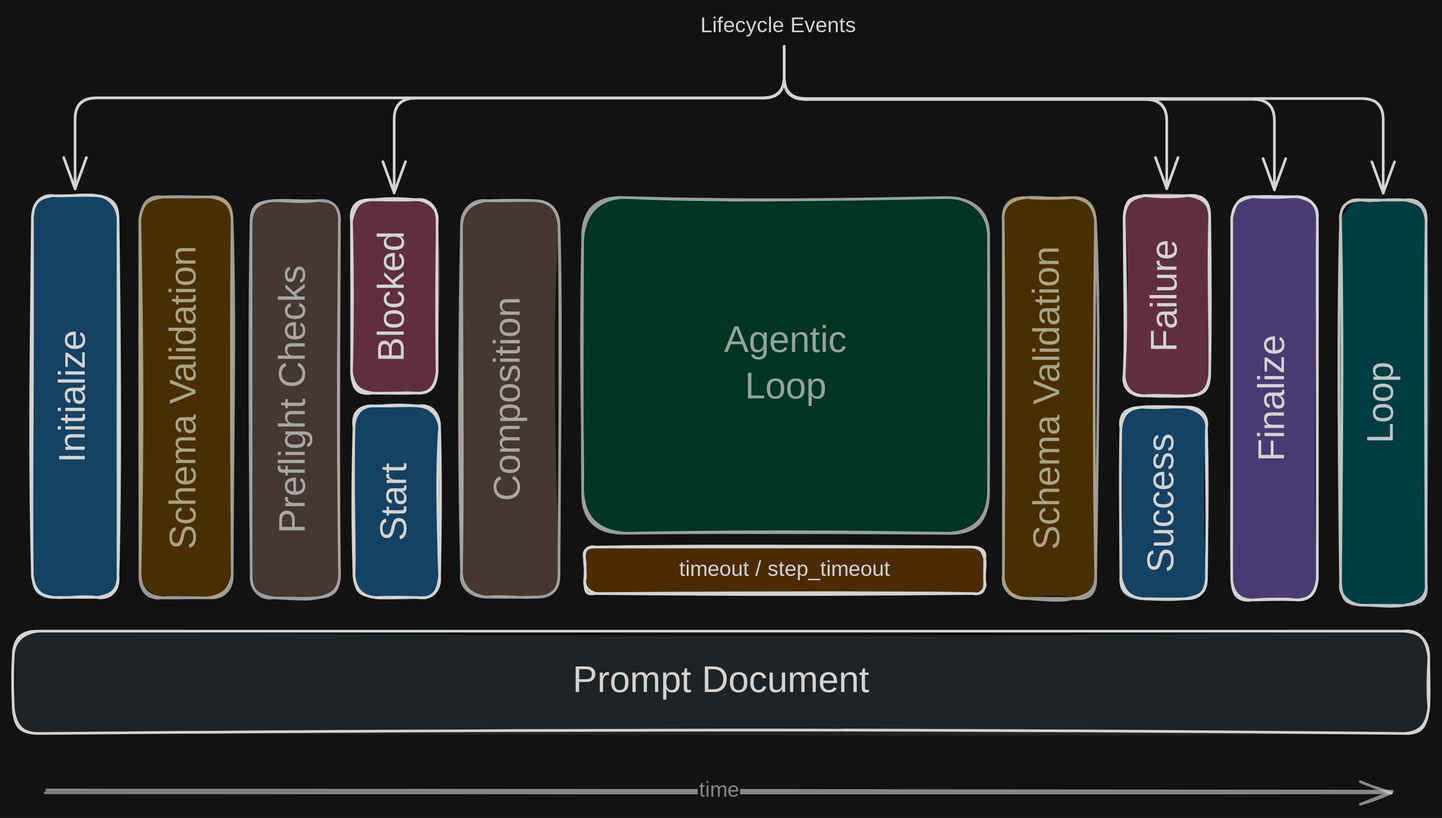
The Excalidraw diagram claudine/docs/getting-started/lifecycle.excalidraw.svg in yankeeinlondon/rusty-biscuit, before a commit. Source tidied: one line per element, renumbered; positions are measured from the earlier drawing's top-left corner, leaving out a move shared by most shapes.
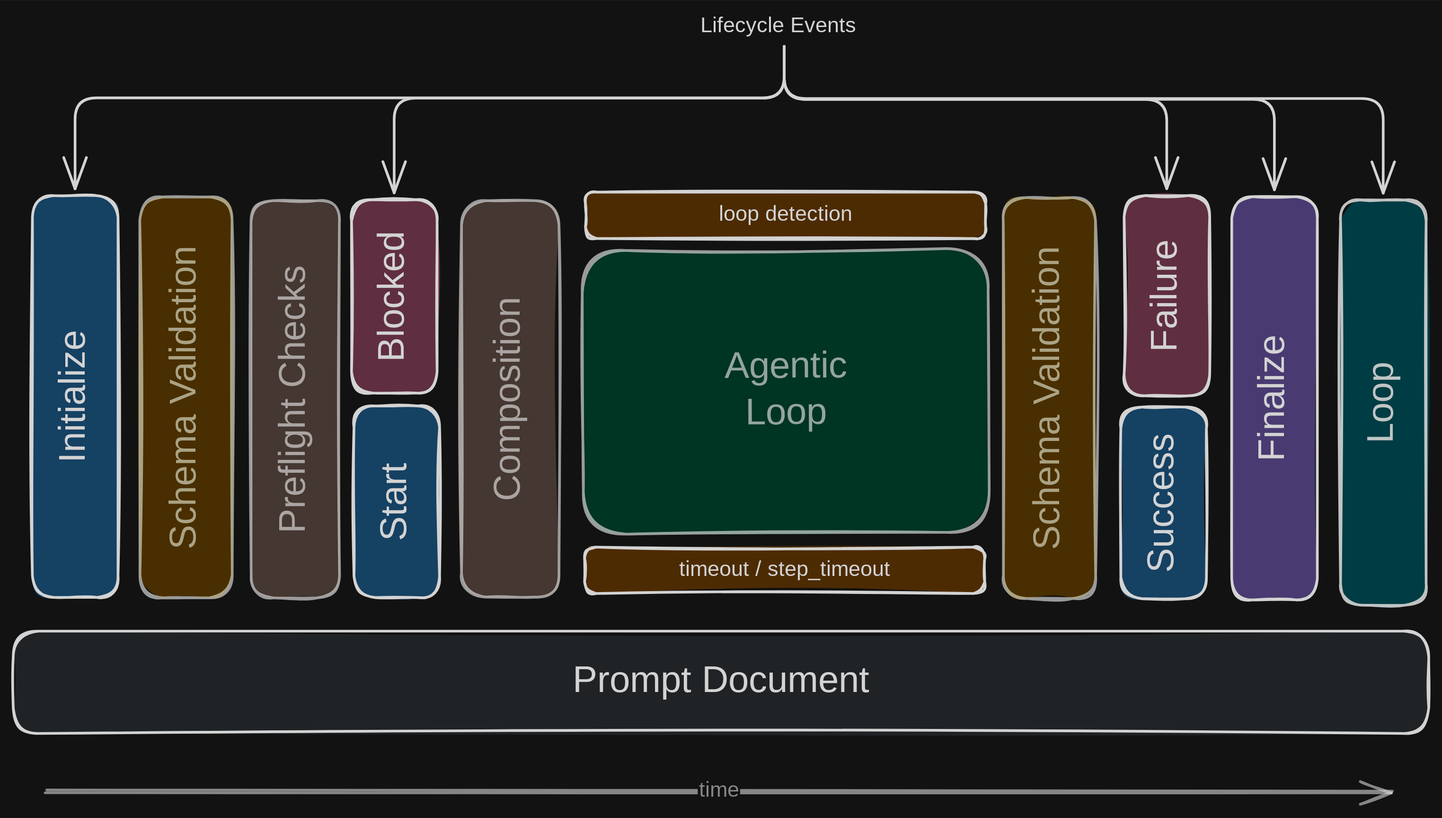
The same diagram one commit later.

Commit message:
docs(claudine): refresh lifecycle diagram and italicize skills reference

- refresh getting-started lifecycle.excalidraw.svg
- italicize the (one file per agent) parenthetical in skills-properties-extended.md

Diff of the diagram source:
```diff
@@ -18,10 +18,10 @@
 {"id": 17, "type": "text", "text": "Preflight Checks", "strokeColor": "#1e1e1e", "angle": 4.71, "backgroundColor": "#d2bab0", "fillStyle": "solid", "strokeWidth": 2, "roughness": 1, "opacity": 70, "fontSize": 28, "fontFamily": 5, "textAlign": "center", "verticalAlign": "middle", "inside": 16, "x": 206, "y": 274, "width": 223, "height": 35}
 {"id": 18, "type": "rectangle", "strokeColor": "#1e1e1e", "angle": 4.71, "backgroundColor": "#d2bab0", "fillStyle": "solid", "strokeWidth": 2, "roughness": 1, "opacity": 70, "round": true, "x": 330, "y": 254, "width": 299, "height": 74}
 {"id": 19, "type": "text", "text": "Composition", "strokeColor": "#1e1e1e", "angle": 4.71, "backgroundColor": "#d2bab0", "fillStyle": "solid", "strokeWidth": 2, "roughness": 1, "opacity": 70, "fontSize": 28, "fontFamily": 5, "textAlign": "center", "verticalAlign": "middle", "inside": 18, "x": 399, "y": 273, "width": 161, "height": 35}
-{"id": 20, "type": "rectangle", "strokeColor": "#1e1e1e", "backgroundColor": "#96f2d7", "fillStyle": "solid", "strokeWidth": 2, "roughness": 1, "opacity": 70, "round": true, "x": 534, "y": 139, "width": 306, "height": 253}
+{"id": 20, "type": "rectangle", "strokeColor": "#1e1e1e", "angle": 6.28, "backgroundColor": "#96f2d7", "fillStyle": "solid", "strokeWidth": 2, "roughness": 1, "opacity": 70, "round": true, "x": 535, "y": 178, "width": 306, "height": 214}
-{"id": 21, "type": "text", "text": "Agentic\nLoop", "strokeColor": "#1e1e1e", "backgroundColor": "#d2bab0", "fillStyle": "solid", "strokeWidth": 2, "roughness": 1, "opacity": 70, "fontSize": 28, "fontFamily": 5, "textAlign": "center", "verticalAlign": "middle", "inside": 20, "x": 637, "y": 231, "width": 101, "height": 70}
+{"id": 21, "type": "text", "text": "Agentic\nLoop", "strokeColor": "#1e1e1e", "angle": 6.28, "backgroundColor": "#d2bab0", "fillStyle": "solid", "strokeWidth": 2, "roughness": 1, "opacity": 70, "fontSize": 28, "fontFamily": 5, "textAlign": "center", "verticalAlign": "middle", "inside": 20, "x": 637, "y": 250, "width": 101, "height": 70}
-{"id": 22, "type": "rectangle", "strokeColor": "#1e1e1e", "backgroundColor": "#ffd8a8", "fillStyle": "solid", "strokeWidth": 2, "roughness": 1, "round": true, "x": 536, "y": 403, "width": 302, "height": 35}
-{"id": 23, "type": "text", "text": "timeout / step_timeout", "strokeColor": "#1e1e1e", "backgroundColor": "#ffd8a8", "fillStyle": "solid", "strokeWidth": 2, "roughness": 1, "fontSize": 16, "fontFamily": 5, "textAlign": "center", "verticalAlign": "middle", "inside": 22, "x": 594, "y": 410, "width": 186, "height": 20}
+{"id": 36, "type": "rectangle", "strokeColor": "#1e1e1e", "backgroundColor": "#ffd8a8", "fillStyle": "solid", "strokeWidth": 2, "roughness": 1, "round": true, "x": 536, "y": 403, "width": 302, "height": 35}
+{"id": 37, "type": "text", "text": "timeout / step_timeout", "strokeColor": "#1e1e1e", "backgroundColor": "#ffd8a8", "fillStyle": "solid", "strokeWidth": 2, "roughness": 1, "fontSize": 16, "fontFamily": 5, "textAlign": "center", "verticalAlign": "middle", "inside": 36, "x": 594, "y": 410, "width": 186, "height": 20}
 {"id": 24, "type": "rectangle", "strokeColor": "#1e1e1e", "angle": 4.71, "backgroundColor": "#ffd43b", "fillStyle": "solid", "strokeWidth": 2, "roughness": 1, "opacity": 70, "round": true, "x": 84, "y": 255, "width": 302, "height": 70}
 {"id": 25, "type": "text", "text": "Schema Validation", "strokeColor": "#1e1e1e", "angle": 4.71, "backgroundColor": "#d2bab0", "fillStyle": "solid", "strokeWidth": 2, "roughness": 1, "opacity": 70, "fontSize": 28, "fontFamily": 5, "textAlign": "center", "verticalAlign": "middle", "inside": 24, "x": 115, "y": 272, "width": 240, "height": 35}
 {"id": 26, "type": "rectangle", "strokeColor": "#1e1e1e", "angle": 4.71, "backgroundColor": "#d0bfff", "fillStyle": "solid", "strokeWidth": 2, "roughness": 1, "round": true, "x": 905, "y": 258, "width": 304, "height": 65}
@@ -34,3 +34,5 @@
 {"id": 33, "type": "arrow", "strokeColor": "#1e1e1e", "strokeWidth": 2, "roughness": 0, "endArrowhead": "arrow", "from": 28, "to": 14, "x": 687, "y": 25, "width": 452, "height": 111, "points": [[0, 0], [0, 39], [452, 39], [452, 111]]}
 {"id": 34, "type": "rectangle", "strokeColor": "#1e1e1e", "angle": 4.71, "backgroundColor": "#ffd43b", "fillStyle": "solid", "strokeWidth": 2, "roughness": 1, "opacity": 70, "round": true, "x": 736, "y": 255, "width": 302, "height": 70}
 {"id": 35, "type": "text", "text": "Schema Validation", "strokeColor": "#1e1e1e", "angle": 4.71, "backgroundColor": "#d2bab0", "fillStyle": "solid", "strokeWidth": 2, "roughness": 1, "opacity": 70, "fontSize": 28, "fontFamily": 5, "textAlign": "center", "verticalAlign": "middle", "inside": 34, "x": 767, "y": 273, "width": 240, "height": 35}
+{"id": 22, "type": "rectangle", "strokeColor": "#1e1e1e", "backgroundColor": "#ffd8a8", "fillStyle": "solid", "strokeWidth": 2, "roughness": 1, "round": true, "x": 537, "y": 135, "width": 302, "height": 35}
+{"id": 23, "type": "text", "text": "loop detection", "strokeColor": "#1e1e1e", "backgroundColor": "#ffd8a8", "fillStyle": "solid", "strokeWidth": 2, "roughness": 1, "fontSize": 16, "fontFamily": 5, "textAlign": "center", "verticalAlign": "middle", "inside": 22, "x": 631, "y": 142, "width": 112, "height": 20}
```
